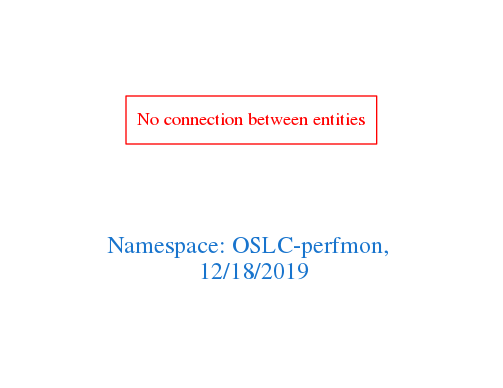
This is downloads/OSLC-perfmon.png from arago/OGIT, a Graphviz export, as it was before one commit. Its source is kept beside it as downloads/OSLC-perfmon.dot.
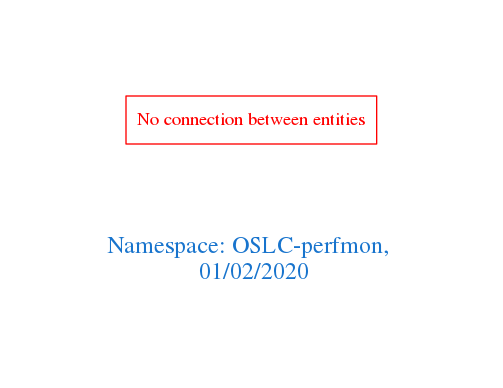
After the commit.

The edit, as a diff of the source:
```diff
@@ -1,7 +1,7 @@
 digraph OGIT_ontology {
  graph [ rankdir= LR,pad=1
 fontsize = 18,
-fontcolor= dodgerblue3,label = "\n\n\nNamespace: OSLC-perfmon, \n 12/18/2019"];
+fontcolor= dodgerblue3,label = "\n\n\nNamespace: OSLC-perfmon, \n 01/02/2020"];
 node[shape=polygon];
 edge [  color="gray81"];
 
```
